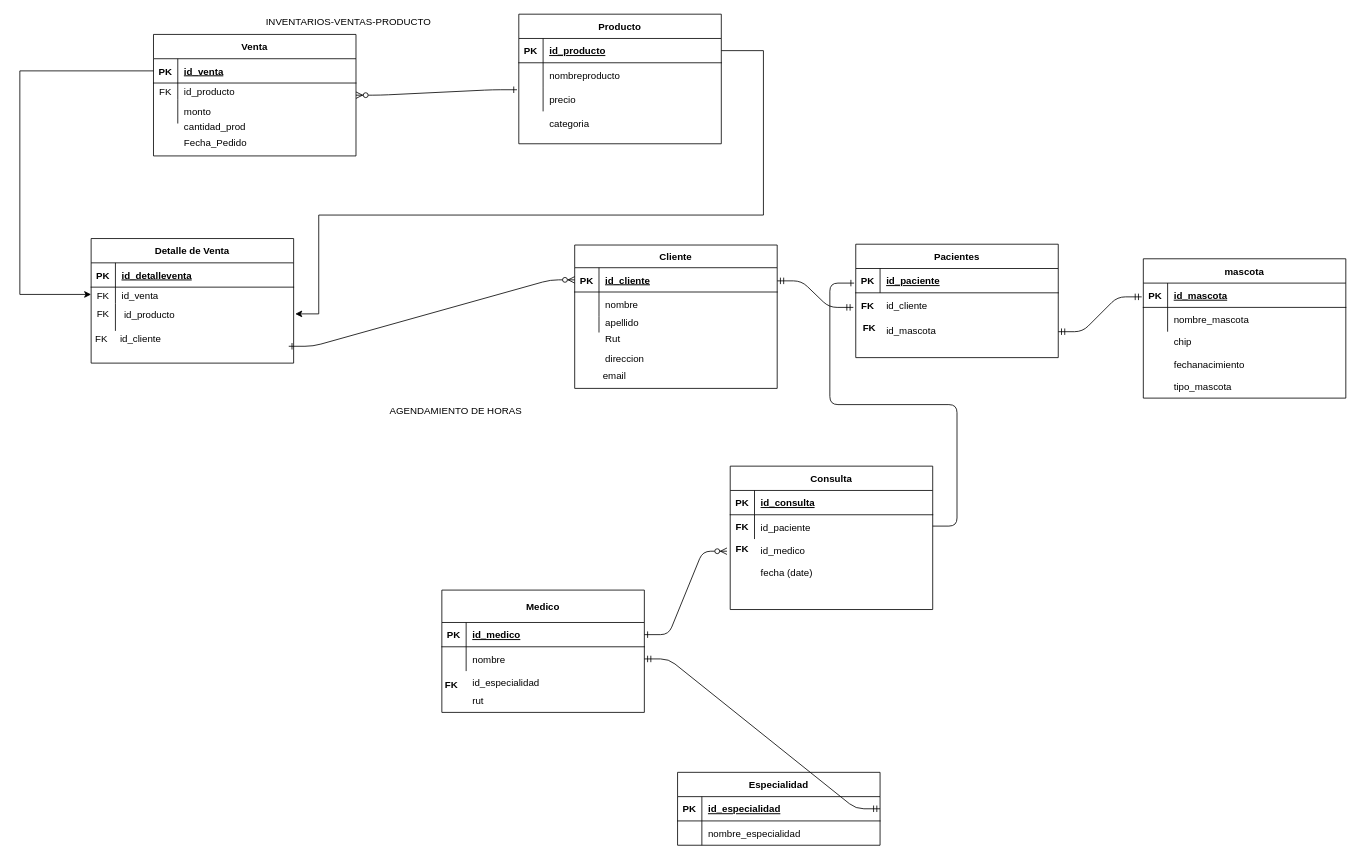
Earlier version of the draw.io diagram Basesdedatos.drawio (JoseFredes/vetlover). Source tidied: cells renumbered, new cells numbered last; positions are measured from the earlier drawing's top-left corner, leaving out a move shared by most shapes. Both pictures are drawn from the tidied source at 81%, with x=0, y=0 at pixel (19, 14).
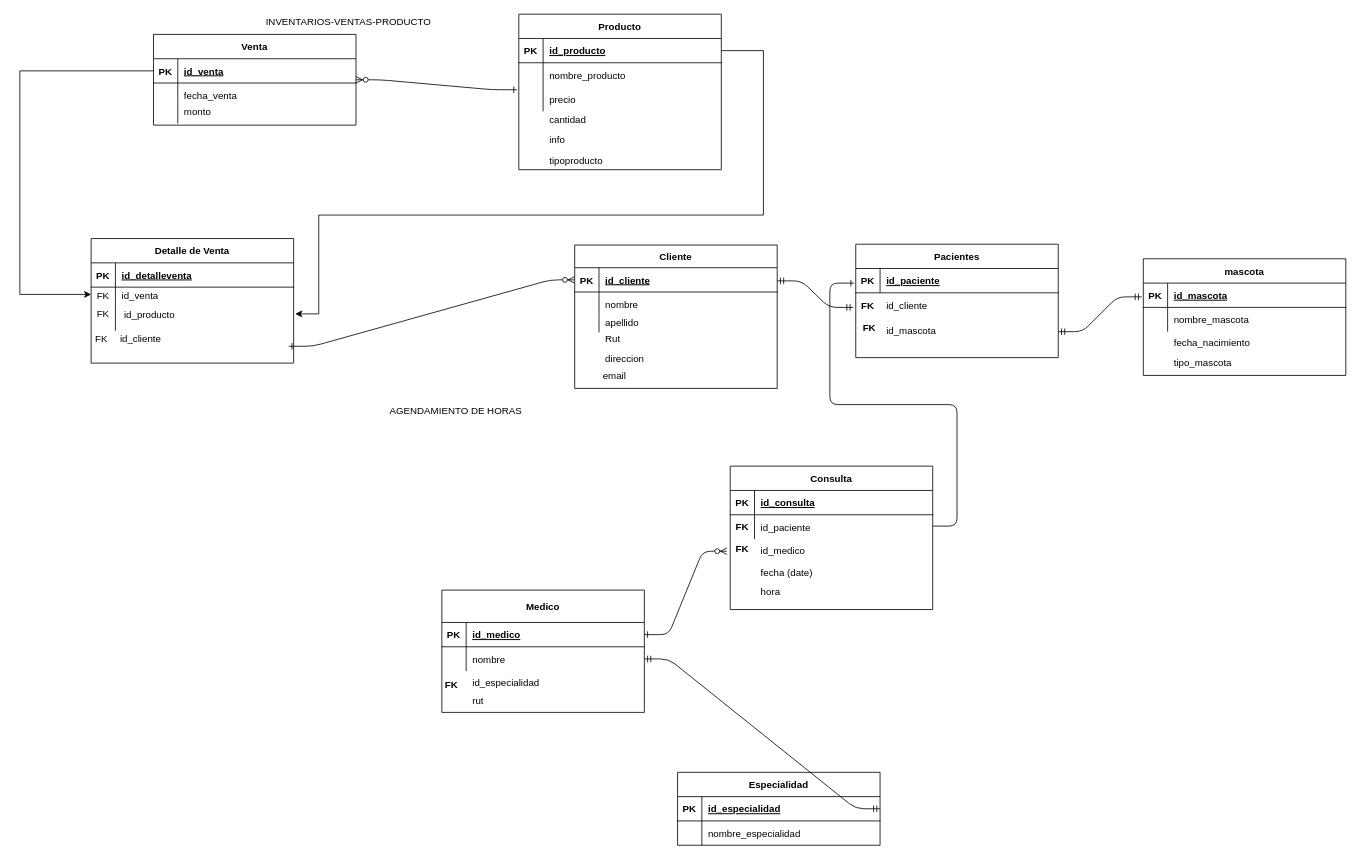
After the change.

Unchanged cells that the change refers to:
```xml
<mxCell id="6" style="shape=partialRectangle;fillColor=none;top=0;left=0;right=0;bottom=0;" parent="2" vertex="1">
  <mxGeometry y="60" width="250" height="20" as="geometry" />
</mxCell>
<mxCell id="16" style="shape=partialRectangle;fillColor=none;top=0;left=0;right=0;bottom=0;" parent="12" vertex="1">
  <mxGeometry y="60" width="250" height="30" as="geometry" />
</mxCell>
```

Diff of the diagram source:
```diff
@@
     <mxCell id="2" value="Venta" style="shape=table;startSize=30;childLayout=tableLayout;rowLines=0;fontStyle=1;align=center;" parent="1" vertex="1">
-      <mxGeometry x="165" y="25" width="250" height="150" as="geometry" />
+      <mxGeometry x="165" y="25" width="250" height="112" as="geometry" />
     </mxCell>
@@
-    <mxCell id="7" value="FK" style="shape=partialRectangle;overflow=hidden;fillColor=none;top=0;left=0;bottom=0;right=0;" parent="6" vertex="1">
+    <mxCell id="7" style="shape=partialRectangle;overflow=hidden;fillColor=none;top=0;left=0;bottom=0;right=0;" parent="6" vertex="1">
       <mxGeometry width="30" height="20" as="geometry" />
     </mxCell>
-    <mxCell id="8" value="id_producto" style="shape=partialRectangle;overflow=hidden;fillColor=none;top=0;left=0;bottom=0;right=0;align=left;spacingLeft=6;" parent="6" vertex="1">
+    <mxCell id="8" style="shape=partialRectangle;overflow=hidden;fillColor=none;top=0;left=0;bottom=0;right=0;align=left;spacingLeft=6;" parent="6" vertex="1">
       <mxGeometry x="30" width="220" height="20" as="geometry" />
     </mxCell>
@@
     <mxCell id="12" value="Producto" style="shape=table;startSize=30;childLayout=tableLayout;rowLines=0;fontStyle=1;align=center;" parent="1" vertex="1">
-      <mxGeometry x="616" width="250" height="160" as="geometry" />
+      <mxGeometry x="616" width="250" height="192" as="geometry" />
     </mxCell>
@@
-    <mxCell id="18" value="nombreproducto" style="shape=partialRectangle;overflow=hidden;fillColor=none;top=0;left=0;bottom=0;right=0;align=left;spacingLeft=6;" parent="16" vertex="1">
+    <mxCell id="18" value="nombre_producto" style="shape=partialRectangle;overflow=hidden;fillColor=none;top=0;left=0;bottom=0;right=0;align=left;spacingLeft=6;" parent="16" vertex="1">
       <mxGeometry x="30" width="220" height="30" as="geometry" />
     </mxCell>
@@
-    <mxCell id="23" value="cantidad_prod" style="shape=partialRectangle;overflow=hidden;fillColor=none;top=0;left=0;bottom=0;right=0;align=left;spacingLeft=6;" parent="1" vertex="1">
-      <mxGeometry x="195" y="123" width="220" height="30" as="geometry" />
-    </mxCell>
-    <mxCell id="24" value="categoria" style="shape=partialRectangle;overflow=hidden;fillColor=none;top=0;left=0;bottom=0;right=0;align=left;spacingLeft=6;" parent="1" vertex="1">
-      <mxGeometry x="646" y="120" width="220" height="30" as="geometry" />
+    <mxCell id="24" value="cantidad" style="shape=partialRectangle;overflow=hidden;fillColor=none;top=0;left=0;bottom=0;right=0;align=left;spacingLeft=6;" parent="1" vertex="1">
+      <mxGeometry x="646" y="115" width="220" height="30" as="geometry" />
     </mxCell>
@@
     <mxCell id="44" value="tipo_mascota" style="shape=partialRectangle;overflow=hidden;fillColor=none;top=0;left=0;bottom=0;right=0;align=left;spacingLeft=6;" parent="1" vertex="1">
-      <mxGeometry x="1417" y="444" width="220" height="30" as="geometry" />
+      <mxGeometry x="1417" y="415" width="220" height="30" as="geometry" />
     </mxCell>
@@
-    <mxCell id="46" value="fechanacimiento" style="shape=partialRectangle;overflow=hidden;fillColor=none;top=0;left=0;bottom=0;right=0;align=left;spacingLeft=6;" parent="1" vertex="1">
-      <mxGeometry x="1417" y="417" width="220" height="30" as="geometry" />
+    <mxCell id="46" value="fecha_nacimiento" style="shape=partialRectangle;overflow=hidden;fillColor=none;top=0;left=0;bottom=0;right=0;align=left;spacingLeft=6;" parent="1" vertex="1">
+      <mxGeometry x="1417" y="390" width="220" height="30" as="geometry" />
     </mxCell>
     <mxCell id="47" value="mascota" style="shape=table;startSize=30;childLayout=tableLayout;rowLines=0;fontStyle=1;align=center;" parent="1" vertex="1">
-      <mxGeometry x="1387" y="302" width="250" height="172" as="geometry" />
+      <mxGeometry x="1387" y="302" width="250" height="144" as="geometry" />
     </mxCell>
@@
-    <mxCell id="88" value="Fecha_Pedido" style="shape=partialRectangle;overflow=hidden;fillColor=none;top=0;left=0;bottom=0;right=0;align=left;spacingLeft=6;" parent="1" vertex="1">
-      <mxGeometry x="195" y="143" width="220" height="30" as="geometry" />
+    <mxCell id="88" value="fecha_venta" style="shape=partialRectangle;overflow=hidden;fillColor=none;top=0;left=0;bottom=0;right=0;align=left;spacingLeft=6;" parent="1" vertex="1">
+      <mxGeometry x="195" y="85" width="220" height="30" as="geometry" />
     </mxCell>
@@
-    <mxCell id="108" value="chip" style="shape=partialRectangle;overflow=hidden;fillColor=none;top=0;left=0;bottom=0;right=0;align=left;spacingLeft=6;" parent="1" vertex="1">
-      <mxGeometry x="1417" y="389" width="220" height="30" as="geometry" />
-    </mxCell>
@@
+    <mxCell id="111" value="info" style="shape=partialRectangle;overflow=hidden;fillColor=none;top=0;left=0;bottom=0;right=0;align=left;spacingLeft=6;" parent="1" vertex="1">
+      <mxGeometry x="646" y="140" width="220" height="30" as="geometry" />
+    </mxCell>
+    <mxCell id="112" value="tipoproducto" style="shape=partialRectangle;overflow=hidden;fillColor=none;top=0;left=0;bottom=0;right=0;align=left;spacingLeft=6;" parent="1" vertex="1">
+      <mxGeometry x="646" y="165" width="220" height="30" as="geometry" />
+    </mxCell>
+    <mxCell id="113" value="hora" style="shape=partialRectangle;overflow=hidden;fillColor=none;top=0;left=0;bottom=0;right=0;align=left;spacingLeft=6;" parent="1" vertex="1">
+      <mxGeometry x="907" y="698" width="220" height="30" as="geometry" />
+    </mxCell>
```
